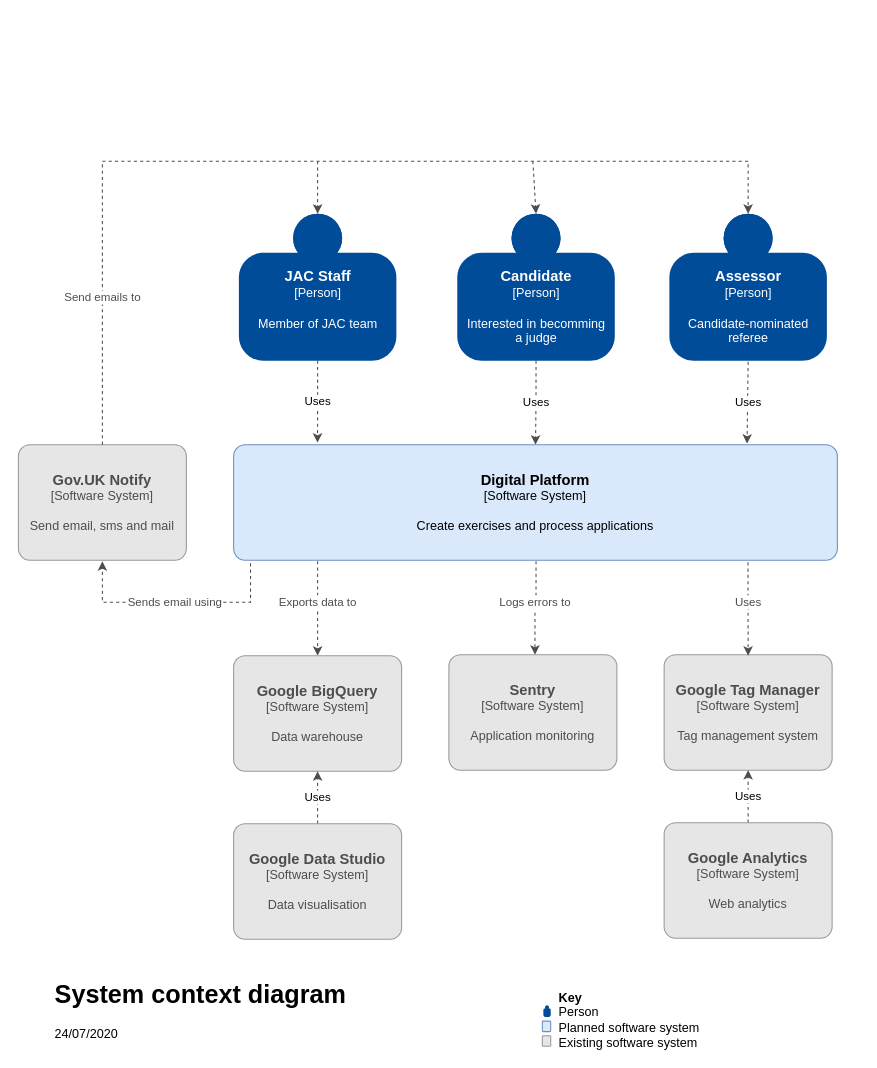
The draw.io diagram page "Context" (1 of 3) of docs/_diagrams/jac-digital-platform-architecture.drawio in jac-uk/documentation, before the edit. Source tidied: cells renumbered, new cells numbered last; positions are measured from the earlier drawing's top-left corner, leaving out a move shared by most shapes. Both pictures are drawn from the tidied source at 105%, with x=0, y=0 at pixel (18, 161).
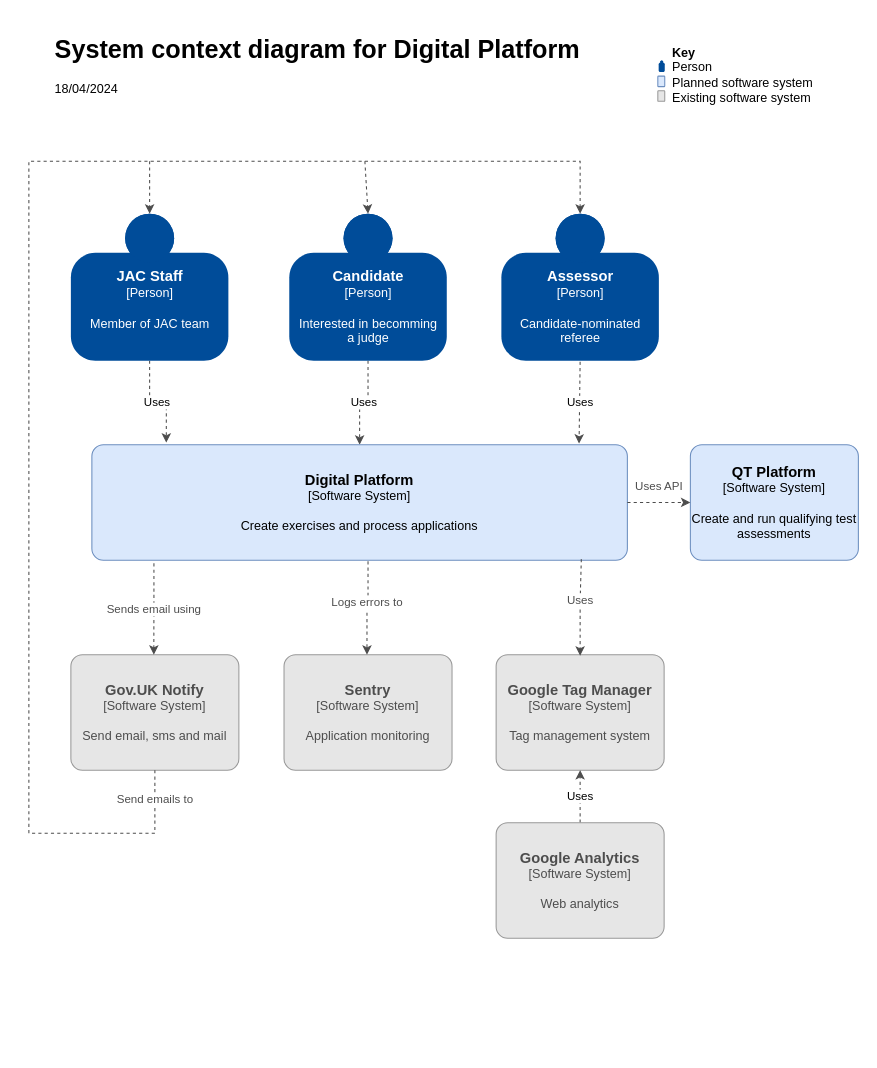
The same diagram, later.

The edit, as a diff of the source:
```diff
@@
     <mxCell id="3" value="&lt;div&gt;&lt;font size=&quot;1&quot;&gt;&lt;b style=&quot;font-size: 14px&quot;&gt;JAC Staff&lt;/b&gt;&lt;/font&gt;&lt;/div&gt;&lt;div&gt;[Person]&lt;b&gt;&lt;br&gt;&lt;/b&gt;&lt;/div&gt;&lt;div&gt;&lt;b&gt;&lt;br&gt;&lt;/b&gt;&lt;/div&gt;&lt;div&gt;Member of JAC team&lt;/div&gt;&lt;div&gt;&lt;b&gt;&lt;br&gt;&lt;/b&gt;&lt;/div&gt;" style="html=1;dashed=0;whitespace=wrap;shape=mxgraph.c4.person;align=center;points=[[0.5,0,0],[1,0.5,0],[1,0.75,0],[0.75,1,0],[0.5,1,0],[0.25,1,0],[0,0.75,0],[0,0.5,0]];fillColor=#004C99;fontColor=#FFFFFF;strokeColor=none;" parent="1" vertex="1">
-      <mxGeometry x="210" y="50" width="150" height="140" as="geometry" />
+      <mxGeometry x="50" y="50" width="150" height="140" as="geometry" />
     </mxCell>
@@
     <mxCell id="6" value="&lt;div&gt;&lt;font size=&quot;1&quot;&gt;&lt;b style=&quot;font-size: 14px&quot;&gt;Candidate&lt;/b&gt;&lt;/font&gt;&lt;/div&gt;&lt;div&gt;[Person]&lt;b&gt;&lt;br&gt;&lt;/b&gt;&lt;/div&gt;&lt;div&gt;&lt;b&gt;&lt;br&gt;&lt;/b&gt;&lt;/div&gt;&lt;div&gt;Interested in becomming&lt;/div&gt;&lt;div&gt; a judge&lt;b&gt;&lt;br&gt;&lt;/b&gt;&lt;/div&gt;" style="html=1;dashed=0;whitespace=wrap;shape=mxgraph.c4.person;align=center;points=[[0.5,0,0],[1,0.5,0],[1,0.75,0],[0.75,1,0],[0.5,1,0],[0.25,1,0],[0,0.75,0],[0,0.5,0]];fillColor=#004C99;fontColor=#FFFFFF;strokeColor=none;" parent="1" vertex="1">
-      <mxGeometry x="418" y="50" width="150" height="140" as="geometry" />
+      <mxGeometry x="258" y="50" width="150" height="140" as="geometry" />
     </mxCell>
     <mxCell id="7" value="&lt;div&gt;&lt;font size=&quot;1&quot;&gt;&lt;b style=&quot;font-size: 14px&quot;&gt;Assessor&lt;/b&gt;&lt;/font&gt;&lt;/div&gt;&lt;div&gt;[Person]&lt;b&gt;&lt;br&gt;&lt;/b&gt;&lt;/div&gt;&lt;div&gt;&lt;b&gt;&lt;br&gt;&lt;/b&gt;&lt;/div&gt;&lt;div&gt;Candidate-nominated &lt;br&gt;&lt;/div&gt;&lt;div&gt;referee&lt;b&gt;&lt;br&gt;&lt;/b&gt;&lt;/div&gt;" style="html=1;dashed=0;whitespace=wrap;shape=mxgraph.c4.person;align=center;points=[[0.5,0,0],[1,0.5,0],[1,0.75,0],[0.75,1,0],[0.5,1,0],[0.25,1,0],[0,0.75,0],[0,0.5,0]];fillColor=#004C99;fontColor=#FFFFFF;strokeColor=none;" parent="1" vertex="1">
-      <mxGeometry x="620" y="50" width="150" height="140" as="geometry" />
+      <mxGeometry x="460" y="50" width="150" height="140" as="geometry" />
     </mxCell>
     <mxCell id="8" value="&lt;font size=&quot;1&quot;&gt;&lt;b style=&quot;font-size: 14px&quot;&gt;Digital Platform&lt;br&gt;&lt;/b&gt;&lt;/font&gt;&lt;div&gt;[Software System]&lt;/div&gt;&lt;br&gt;&lt;div&gt;Create exercises and process applications&lt;br&gt;&lt;/div&gt;" style="rounded=1;whiteSpace=wrap;html=1;labelBackgroundColor=none;fillColor=#dae8fc;fontColor=#000000;align=center;arcSize=10;strokeColor=#6c8ebf;points=[[0.25,0,0],[0.5,0,0],[0.75,0,0],[1,0.25,0],[1,0.5,0],[1,0.75,0],[0.75,1,0],[0.5,1,0],[0.25,1,0],[0,0.75,0],[0,0.5,0],[0,0.25,0]];" parent="1" vertex="1">
-      <mxGeometry x="205" y="270" width="575" height="110" as="geometry" />
+      <mxGeometry x="70" y="270" width="510" height="110" as="geometry" />
     </mxCell>
-    <mxCell id="9" value="Exports data to" style="edgeStyle=orthogonalEdgeStyle;rounded=0;orthogonalLoop=1;jettySize=auto;html=1;entryX=0.5;entryY=0;entryDx=0;entryDy=0;entryPerimeter=0;dashed=1;strokeColor=#4D4D4D;fontColor=#4D4D4D;" parent="1" edge="1">
-      <mxGeometry x="-0.13" relative="1" as="geometry">
-        <mxPoint x="285" y="381" as="sourcePoint" />
-        <mxPoint x="285" y="471" as="targetPoint" />
-        <Array as="points">
-          <mxPoint x="285" y="400" />
-          <mxPoint x="285" y="400" />
-        </Array>
-      </mxGeometry>
-    </mxCell>
     <mxCell id="10" value="&lt;b style=&quot;font-size: 14px&quot;&gt;Gov.UK Notify&lt;br&gt;&lt;/b&gt;&lt;div&gt;[Software System]&lt;/div&gt;&lt;br&gt;&lt;div&gt;Send email, sms and mail&lt;br&gt;&lt;/div&gt;" style="rounded=1;whiteSpace=wrap;html=1;labelBackgroundColor=none;align=center;arcSize=10;points=[[0.25,0,0],[0.5,0,0],[0.75,0,0],[1,0.25,0],[1,0.5,0],[1,0.75,0],[0.75,1,0],[0.5,1,0],[0.25,1,0],[0,0.75,0],[0,0.5,0],[0,0.25,0]];fillColor=#E6E6E6;fontColor=#4D4D4D;strokeColor=#999999;" parent="1" vertex="1">
-      <mxGeometry y="270" width="160" height="110" as="geometry" />
+      <mxGeometry x="50" y="470" width="160" height="110" as="geometry" />
     </mxCell>
     <mxCell id="11" style="endArrow=none;html=1;rounded=0;dashed=1;strokeColor=#4D4D4D;fontColor=#4D4D4D;" parent="1" edge="1">
       <mxGeometry relative="1" as="geometry">
-        <mxPoint x="493" y="420" as="sourcePoint" />
-        <mxPoint x="493" y="380" as="targetPoint" />
+        <mxPoint x="333" y="420" as="sourcePoint" />
+        <mxPoint x="333" y="380" as="targetPoint" />
       </mxGeometry>
     </mxCell>
-    <mxCell id="12" value="Sends email using" style="edgeStyle=orthogonalEdgeStyle;rounded=0;jettySize=auto;html=1;dashed=1;strokeColor=#4D4D4D;fontColor=#4D4D4D;exitX=0.028;exitY=1.027;exitDx=0;exitDy=0;exitPerimeter=0;" parent="1" edge="1" source="8">
+    <mxCell id="12" value="Sends email using" style="edgeStyle=orthogonalEdgeStyle;rounded=0;orthogonalLoop=1;jettySize=auto;html=1;dashed=1;strokeColor=#4D4D4D;fontColor=#4D4D4D;exitX=0.028;exitY=1.027;exitDx=0;exitDy=0;exitPerimeter=0;" parent="1" edge="1">
       <mxGeometry relative="1" as="geometry">
-        <mxPoint x="80" y="381" as="targetPoint" />
+        <mxPoint x="129.1" y="383" as="sourcePoint" />
+        <mxPoint x="129" y="470" as="targetPoint" />
         <Array as="points">
-          <mxPoint x="221" y="420" />
-          <mxPoint x="80" y="420" />
+          <mxPoint x="129" y="420" />
+          <mxPoint x="129" y="420" />
         </Array>
       </mxGeometry>
     </mxCell>
-    <mxCell id="13" value="Send emails to" style="endArrow=classic;html=1;edgeStyle=orthogonalEdgeStyle;rounded=0;entryX=0.5;entryY=0;entryDx=0;entryDy=0;entryPerimeter=0;dashed=1;strokeColor=#4D4D4D;fontColor=#4D4D4D;exitX=0.5;exitY=0;exitDx=0;exitDy=0;exitPerimeter=0;" parent="1" edge="1" source="10" target="7">
-      <mxGeometry x="-0.7" relative="1" as="geometry">
+    <mxCell id="13" value="Send emails to" style="endArrow=classic;html=1;edgeStyle=orthogonalEdgeStyle;rounded=0;entryX=0.5;entryY=0;entryDx=0;entryDy=0;entryPerimeter=0;dashed=1;strokeColor=#4D4D4D;fontColor=#4D4D4D;exitX=0.5;exitY=1;exitDx=0;exitDy=0;exitPerimeter=0;" parent="1" edge="1" source="10" target="7">
+      <mxGeometry x="-0.96" relative="1" as="geometry">
         <Array as="points">
-          <mxPoint x="80" />
-          <mxPoint x="695" />
+          <mxPoint x="130" y="640" />
+          <mxPoint x="10" y="640" />
+          <mxPoint x="10" />
+          <mxPoint x="535" />
         </Array>
       </mxGeometry>
     </mxCell>
     <mxCell id="14" style="endArrow=classic;html=1;dashed=1;rounded=0;entryX=0.5;entryY=0;entryDx=0;entryDy=0;entryPerimeter=0;strokeColor=#4D4D4D;fontColor=#4D4D4D;" parent="1" edge="1" target="6">
       <mxGeometry relative="1" as="geometry">
-        <mxPoint x="490" as="sourcePoint" />
+        <mxPoint x="330" as="sourcePoint" />
       </mxGeometry>
     </mxCell>
     <mxCell id="15" style="endArrow=classic;html=1;dashed=1;rounded=0;entryX=0.5;entryY=0;entryDx=0;entryDy=0;entryPerimeter=0;strokeColor=#4D4D4D;fontColor=#4D4D4D;" parent="1" edge="1">
       <mxGeometry relative="1" as="geometry">
-        <mxPoint x="285" as="sourcePoint" />
-        <mxPoint x="285" y="50" as="targetPoint" />
+        <mxPoint x="125" as="sourcePoint" />
+        <mxPoint x="125" y="50" as="targetPoint" />
       </mxGeometry>
     </mxCell>
     <mxCell id="16" value="&lt;b style=&quot;font-size: 14px&quot;&gt;Sentry&lt;br&gt;&lt;/b&gt;&lt;div&gt;[Software System]&lt;/div&gt;&lt;br&gt;&lt;div&gt;Application monitoring&lt;br&gt;&lt;/div&gt;" style="rounded=1;whiteSpace=wrap;html=1;labelBackgroundColor=none;align=center;arcSize=10;fillColor=#E6E6E6;fontColor=#4D4D4D;strokeColor=#999999;" parent="1" vertex="1">
-      <mxGeometry x="410" y="470" width="160" height="110" as="geometry" />
+      <mxGeometry x="253" y="470" width="160" height="110" as="geometry" />
     </mxCell>
     <mxCell id="17" value="Logs errors to" style="endArrow=classic;html=1;dashed=1;rounded=0;strokeColor=#4D4D4D;fontColor=#4D4D4D;" parent="1" edge="1">
       <mxGeometry x="-1" y="-10" relative="1" as="geometry">
-        <mxPoint x="492" y="430" as="sourcePoint" />
-        <mxPoint x="492" y="470" as="targetPoint" />
+        <mxPoint x="332" y="430" as="sourcePoint" />
+        <mxPoint x="332" y="470" as="targetPoint" />
         <mxPoint x="10" y="-10" as="offset" />
       </mxGeometry>
     </mxCell>
     <mxCell id="18" value="&lt;font style=&quot;font-size: 14px&quot;&gt;&lt;b&gt;Google Tag Manager&lt;br&gt;&lt;/b&gt;&lt;/font&gt;&lt;div&gt;&lt;font style=&quot;font-size: 12px&quot;&gt;[&lt;/font&gt;Software System]&lt;/div&gt;&lt;br&gt;&lt;div&gt;Tag management system&lt;br&gt;&lt;/div&gt;" style="rounded=1;whiteSpace=wrap;html=1;labelBackgroundColor=none;align=center;arcSize=10;points=[[0.25,0,0],[0.5,0,0],[0.75,0,0],[1,0.25,0],[1,0.5,0],[1,0.75,0],[0.75,1,0],[0.5,1,0],[0.25,1,0],[0,0.75,0],[0,0.5,0],[0,0.25,0]];fillColor=#E6E6E6;fontColor=#4D4D4D;strokeColor=#999999;" parent="1" vertex="1">
-      <mxGeometry x="615" y="470" width="160" height="110" as="geometry" />
+      <mxGeometry x="455" y="470" width="160" height="110" as="geometry" />
     </mxCell>
@@
     <mxCell id="20" value="&lt;b style=&quot;font-size: 14px&quot;&gt;Google Analytics&lt;br&gt;&lt;/b&gt;&lt;div&gt;[Software System]&lt;/div&gt;&lt;br&gt;&lt;div&gt;Web analytics&lt;br&gt;&lt;/div&gt;" style="rounded=1;whiteSpace=wrap;html=1;labelBackgroundColor=none;align=center;arcSize=10;points=[[0.25,0,0],[0.5,0,0],[0.75,0,0],[1,0.25,0],[1,0.5,0],[1,0.75,0],[0.75,1,0],[0.5,1,0],[0.25,1,0],[0,0.75,0],[0,0.5,0],[0,0.25,0]];fillColor=#E6E6E6;fontColor=#4D4D4D;strokeColor=#999999;" parent="1" vertex="1">
-      <mxGeometry x="615" y="630" width="160" height="110" as="geometry" />
+      <mxGeometry x="455" y="630" width="160" height="110" as="geometry" />
     </mxCell>
-    <mxCell id="21" value="Uses" style="endArrow=classic;html=1;dashed=1;rounded=0;entryX=0.5;entryY=0;entryDx=0;entryDy=0;entryPerimeter=0;strokeColor=#4D4D4D;fontColor=#4D4D4D;exitX=0.852;exitY=1.018;exitDx=0;exitDy=0;exitPerimeter=0;" parent="1" edge="1" source="8">
+    <mxCell id="21" value="Uses" style="endArrow=classic;html=1;dashed=1;rounded=0;entryX=0.5;entryY=0;entryDx=0;entryDy=0;entryPerimeter=0;strokeColor=#4D4D4D;fontColor=#4D4D4D;exitX=0.914;exitY=0.991;exitDx=0;exitDy=0;exitPerimeter=0;" parent="1" edge="1" source="8">
       <mxGeometry x="-0.15" relative="1" as="geometry">
-        <mxPoint x="695" y="471" as="targetPoint" />
+        <mxPoint x="535" y="471" as="targetPoint" />
+        <Array as="points">
+          <mxPoint x="535" y="420" />
+        </Array>
       </mxGeometry>
     </mxCell>
-    <mxCell id="22" value="&lt;h1&gt;System context diagram&lt;br&gt;&lt;/h1&gt;&lt;p&gt;24/07/2020&lt;/p&gt;" style="text;html=1;strokeColor=none;fillColor=none;spacing=5;spacingTop=-20;whiteSpace=wrap;overflow=hidden;rounded=0;align=left;" parent="1" vertex="1">
-      <mxGeometry x="30" y="774" width="355" height="70" as="geometry" />
+    <mxCell id="22" value="&lt;h1&gt;System context diagram for Digital Platform&lt;br&gt;&lt;/h1&gt;&lt;p&gt;18/04/2024&lt;/p&gt;" style="text;html=1;strokeColor=none;fillColor=none;spacing=5;spacingTop=-20;whiteSpace=wrap;overflow=hidden;rounded=0;align=left;" parent="1" vertex="1">
+      <mxGeometry x="30" y="-126" width="540" height="70" as="geometry" />
     </mxCell>
-    <mxCell id="23" value="&lt;font style=&quot;font-size: 14px&quot;&gt;&lt;b&gt;Google BigQuery&lt;br&gt;&lt;/b&gt;&lt;/font&gt;&lt;div&gt;&lt;font style=&quot;font-size: 12px&quot;&gt;[&lt;/font&gt;Software System]&lt;/div&gt;&lt;br&gt;&lt;div&gt;Data warehouse&lt;br&gt;&lt;/div&gt;" style="rounded=1;whiteSpace=wrap;html=1;labelBackgroundColor=none;align=center;arcSize=10;points=[[0.25,0,0],[0.5,0,0],[0.75,0,0],[1,0.25,0],[1,0.5,0],[1,0.75,0],[0.75,1,0],[0.5,1,0],[0.25,1,0],[0,0.75,0],[0,0.5,0],[0,0.25,0]];fillColor=#E6E6E6;fontColor=#4D4D4D;strokeColor=#999999;" parent="1" vertex="1">
-      <mxGeometry x="205" y="471" width="160" height="110" as="geometry" />
-    </mxCell>
-    <mxCell id="24" value="Uses" style="edgeStyle=orthogonalEdgeStyle;rounded=0;jettySize=auto;html=1;dashed=1;endArrow=classic;endFill=1;strokeColor=#4D4D4D;fontColor=#000000;" parent="1" edge="1" source="25" target="23">
-      <mxGeometry relative="1" as="geometry" />
-    </mxCell>
-    <mxCell id="25" value="&lt;b style=&quot;font-size: 14px&quot;&gt;Google Data Studio&lt;br&gt;&lt;/b&gt;&lt;div&gt;[Software System]&lt;/div&gt;&lt;br&gt;&lt;div&gt;Data visualisation&lt;br&gt;&lt;/div&gt;" style="rounded=1;whiteSpace=wrap;html=1;labelBackgroundColor=none;align=center;arcSize=10;points=[[0.25,0,0],[0.5,0,0],[0.75,0,0],[1,0.25,0],[1,0.5,0],[1,0.75,0],[0.75,1,0],[0.5,1,0],[0.25,1,0],[0,0.75,0],[0,0.5,0],[0,0.25,0]];fillColor=#E6E6E6;fontColor=#4D4D4D;strokeColor=#999999;" parent="1" vertex="1">
-      <mxGeometry x="205" y="631" width="160" height="110" as="geometry" />
-    </mxCell>
     <mxCell id="26" style="group;" parent="1" vertex="1">
-      <mxGeometry x="499" y="791" width="232" height="53" as="geometry" />
+      <mxGeometry x="609" y="-109" width="191" height="53" as="geometry" />
     </mxCell>
     <mxCell id="27" style="html=1;dashed=0;whitespace=wrap;shape=mxgraph.c4.person;align=center;fillColor=#004C99;fontColor=#FFFFFF;strokeColor=none;" parent="26" vertex="1">
-      <mxGeometry x="1" y="13" width="7" height="11" as="geometry" />
+      <mxGeometry x="0.8" y="13" width="5.8" height="11" as="geometry" />
     </mxCell>
     <mxCell id="28" value="&lt;div&gt;&lt;b&gt;Key&lt;/b&gt;&lt;br&gt;Person&lt;/div&gt;&lt;div&gt;Planned software system&lt;/div&gt;&lt;div&gt;Existing software system&lt;br&gt;&lt;/div&gt;" style="text;html=1;strokeColor=none;fillColor=none;align=left;verticalAlign=middle;whiteSpace=wrap;rounded=0;fontColor=#000000;" parent="26" vertex="1">
-      <mxGeometry x="14" width="218" height="53" as="geometry" />
+      <mxGeometry x="11.5" width="179.5" height="53" as="geometry" />
     </mxCell>
     <mxCell id="29" style="rounded=1;whiteSpace=wrap;html=1;labelBackgroundColor=none;fillColor=#dae8fc;fontColor=#000000;align=center;arcSize=10;strokeColor=#6c8ebf;" parent="26" vertex="1">
-      <mxGeometry y="28" width="8" height="10" as="geometry" />
+      <mxGeometry y="28" width="6.6" height="10" as="geometry" />
     </mxCell>
     <mxCell id="30" style="rounded=1;whiteSpace=wrap;html=1;labelBackgroundColor=none;fontColor=#000000;align=center;arcSize=10;fillColor=#E6E6E6;strokeColor=#999999;" parent="26" vertex="1">
-      <mxGeometry y="42" width="8" height="10" as="geometry" />
+      <mxGeometry y="42" width="6.6" height="10" as="geometry" />
     </mxCell>
     <mxCell id="31" value="Uses" style="endArrow=classic;html=1;dashed=1;strokeColor=#4D4D4D;fontColor=#000000;exitX=0.5;exitY=1;exitDx=0;exitDy=0;exitPerimeter=0;" parent="1" edge="1">
       <mxGeometry relative="1" as="geometry">
-        <mxPoint x="695" y="191" as="sourcePoint" />
-        <mxPoint x="694" y="269" as="targetPoint" />
+        <mxPoint x="535" y="191" as="sourcePoint" />
+        <mxPoint x="534" y="269" as="targetPoint" />
       </mxGeometry>
     </mxCell>
+    <mxCell id="32" value="&lt;font size=&quot;1&quot;&gt;&lt;b style=&quot;font-size: 14px&quot;&gt;QT Platform&lt;br&gt;&lt;/b&gt;&lt;/font&gt;&lt;div&gt;[Software System]&lt;/div&gt;&lt;br&gt;&lt;div&gt;Create and run qualifying test assessments&lt;br&gt;&lt;/div&gt;" style="rounded=1;whiteSpace=wrap;html=1;labelBackgroundColor=none;fillColor=#dae8fc;fontColor=#000000;align=center;arcSize=10;strokeColor=#6c8ebf;points=[[0.25,0,0],[0.5,0,0],[0.75,0,0],[1,0.25,0],[1,0.5,0],[1,0.75,0],[0.75,1,0],[0.5,1,0],[0.25,1,0],[0,0.75,0],[0,0.5,0],[0,0.25,0]];" parent="1" vertex="1">
+      <mxGeometry x="640" y="270" width="160" height="110" as="geometry" />
+    </mxCell>
+    <mxCell id="33" value="Uses API" style="endArrow=classic;html=1;dashed=1;rounded=0;entryX=0;entryY=0.5;entryDx=0;entryDy=0;entryPerimeter=0;strokeColor=#4D4D4D;fontColor=#4D4D4D;exitX=1;exitY=0.5;exitDx=0;exitDy=0;exitPerimeter=0;" parent="1" edge="1" source="8" target="32">
+      <mxGeometry y="15" relative="1" as="geometry">
+        <Array as="points">
+          <mxPoint x="610" y="325" />
+        </Array>
+      </mxGeometry>
+    </mxCell>
```
